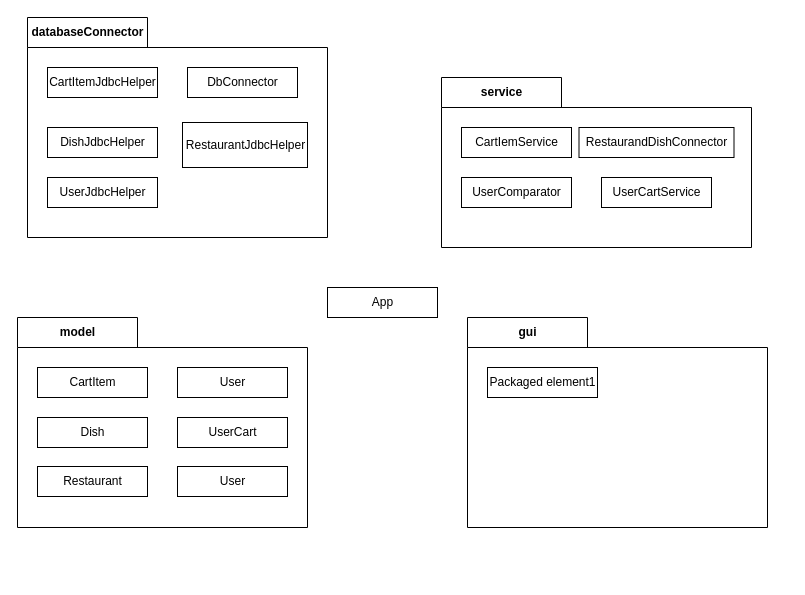
Before: page "pakiety" (1 of 5) of uml_java.drawio in broniuu/Java_project_2022, a draw.io diagram. Source tidied: cells renumbered, new cells numbered last; positions are measured from the earlier drawing's top-left corner, leaving out a move shared by most shapes. Both pictures are drawn from the tidied source at 100%, with x=0, y=0 at pixel (17, 17).
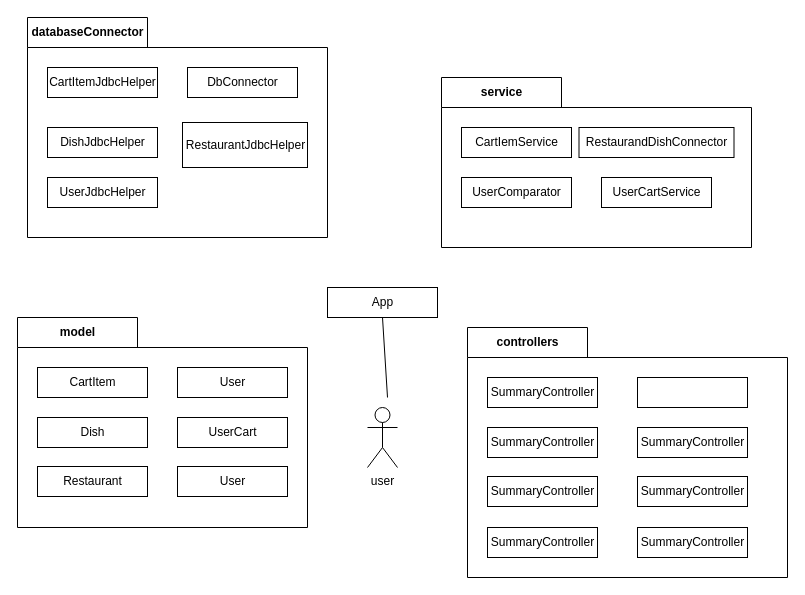
The same diagram, later.

Unchanged cells that the change refers to:
```xml
<mxCell id="22" value="App" style="html=1;" parent="1" vertex="1">
  <mxGeometry x="310" y="270" width="110" height="30" as="geometry" />
</mxCell>
```

The edit, as a diff of the source:
```diff
@@
-    <mxCell id="20" value="gui" style="shape=folder;fontStyle=1;tabWidth=120;tabHeight=30;tabPosition=left;html=1;boundedLbl=1;labelInHeader=1;" parent="1" vertex="1">
-      <mxGeometry x="450" y="300" width="300" height="210" as="geometry" />
+    <mxCell id="20" value="controllers" style="shape=folder;fontStyle=1;tabWidth=120;tabHeight=30;tabPosition=left;html=1;boundedLbl=1;labelInHeader=1;" parent="1" vertex="1">
+      <mxGeometry x="450" y="310" width="320" height="250" as="geometry" />
     </mxCell>
-    <mxCell id="21" value="Packaged element1" style="html=1;" parent="20" vertex="1">
+    <mxCell id="21" value="SummaryController" style="html=1;" parent="20" vertex="1">
       <mxGeometry width="110" height="30" relative="1" as="geometry">
         <mxPoint x="20" y="50" as="offset" />
       </mxGeometry>
     </mxCell>
+    <mxCell id="23" value="SummaryController" style="html=1;" parent="20" vertex="1">
+      <mxGeometry x="20" y="200" width="110" height="30" as="geometry" />
+    </mxCell>
+    <mxCell id="24" style="html=1;" parent="20" vertex="1">
+      <mxGeometry x="170" y="50" width="110" height="30" as="geometry" />
+    </mxCell>
+    <mxCell id="25" value="SummaryController" style="html=1;" parent="20" vertex="1">
+      <mxGeometry x="170" y="100" width="110" height="30" as="geometry" />
+    </mxCell>
+    <mxCell id="26" value="SummaryController" style="html=1;" parent="20" vertex="1">
+      <mxGeometry x="170" y="149" width="110" height="30" as="geometry" />
+    </mxCell>
+    <mxCell id="27" value="SummaryController" style="html=1;" parent="20" vertex="1">
+      <mxGeometry x="20" y="149" width="110" height="30" as="geometry" />
+    </mxCell>
+    <mxCell id="28" value="SummaryController" style="html=1;" parent="20" vertex="1">
+      <mxGeometry x="20" y="100" width="110" height="30" as="geometry" />
+    </mxCell>
+    <mxCell id="29" value="SummaryController" style="html=1;" parent="20" vertex="1">
+      <mxGeometry x="170" y="200" width="110" height="30" as="geometry" />
+    </mxCell>
@@
+    <mxCell id="30" value="user" style="shape=umlActor;verticalLabelPosition=bottom;verticalAlign=top;html=1;" parent="1" vertex="1">
+      <mxGeometry x="350" y="390" width="30" height="60" as="geometry" />
+    </mxCell>
+    <mxCell id="31" style="endArrow=none;html=1;entryX=0.5;entryY=1;entryDx=0;entryDy=0;" parent="1" edge="1" target="22">
+      <mxGeometry relative="1" as="geometry">
+        <mxPoint x="370" y="380" as="sourcePoint" />
+      </mxGeometry>
+    </mxCell>
```
